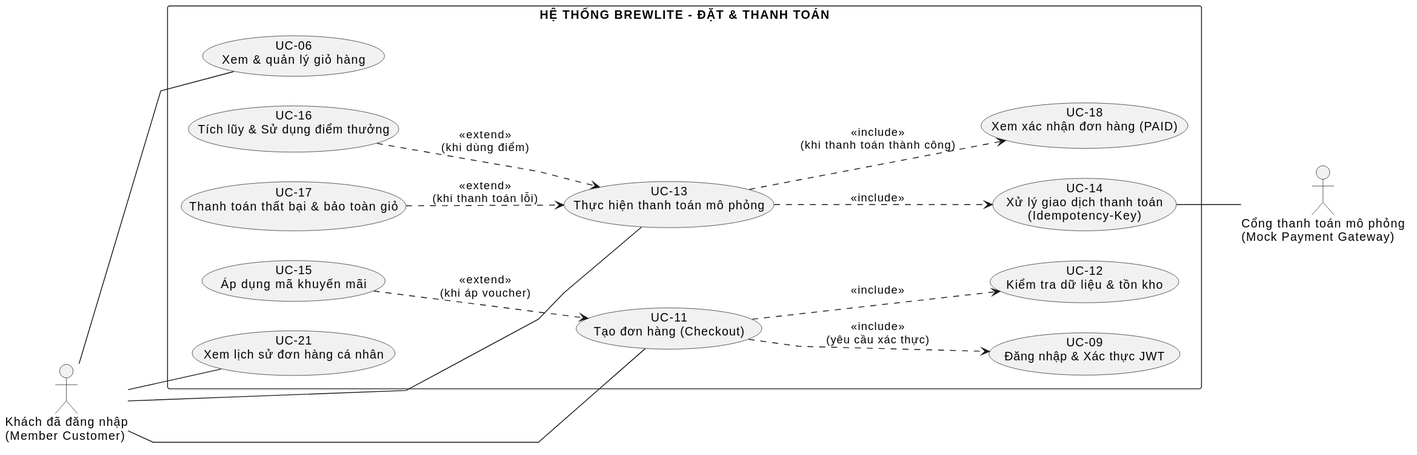
This is docs/diagrams/BrewLite_DatVaThanhToan.svg from VKhair/brewlite, a PlantUML export, as it was before one commit. The source it was exported from:
```plantuml
@startuml
left to right direction
skinparam shadowing false
skinparam actorStyle stickman
skinparam packageStyle rectangle
skinparam linetype polyline
skinparam defaultFontName Arial

actor "Khách đã đăng nhập\n(Member Customer)" as Member
rectangle "HỆ THỐNG BREWLITE - ĐẶT & THANH TOÁN" {
  usecase "UC-06\nXem & quản lý giỏ hàng" as UC06
  usecase "UC-09\nĐăng nhập & Xác thực JWT" as UC09
  usecase "UC-11\nTạo đơn hàng (Checkout)" as UC11
  usecase "UC-12\nKiểm tra dữ liệu & tồn kho" as UC12
  usecase "UC-13\nThực hiện thanh toán mô phỏng" as UC13
  usecase "UC-14\nXử lý giao dịch thanh toán\n(Idempotency-Key)" as UC14
  usecase "UC-15\nÁp dụng mã khuyến mãi" as UC15
  usecase "UC-16\nTích lũy & Sử dụng điểm thưởng" as UC16
  usecase "UC-17\nThanh toán thất bại & bảo toàn giỏ" as UC17
  usecase "UC-18\nXem xác nhận đơn hàng (PAID)" as UC18
  usecase "UC-21\nXem lịch sử đơn hàng cá nhân" as UC21

  UC11 ..> UC09 : <<include>>\n(yêu cầu xác thực)
  UC11 ..> UC12 : <<include>>
  UC13 ..> UC14 : <<include>>
  UC13 ..> UC18 : <<include>>\n(khi thanh toán thành công)
  UC15 ..> UC11 : <<extend>>\n(khi áp voucher)
  UC16 ..> UC13 : <<extend>>\n(khi dùng điểm)
  UC17 ..> UC13 : <<extend>>\n(khi thanh toán lỗi)
}
actor "Cổng thanh toán mô phỏng\n(Mock Payment Gateway)" as Gateway
Member -- UC06
Member -- UC11
Member -- UC13
Member -- UC21
UC14 -- Gateway
@enduml
```
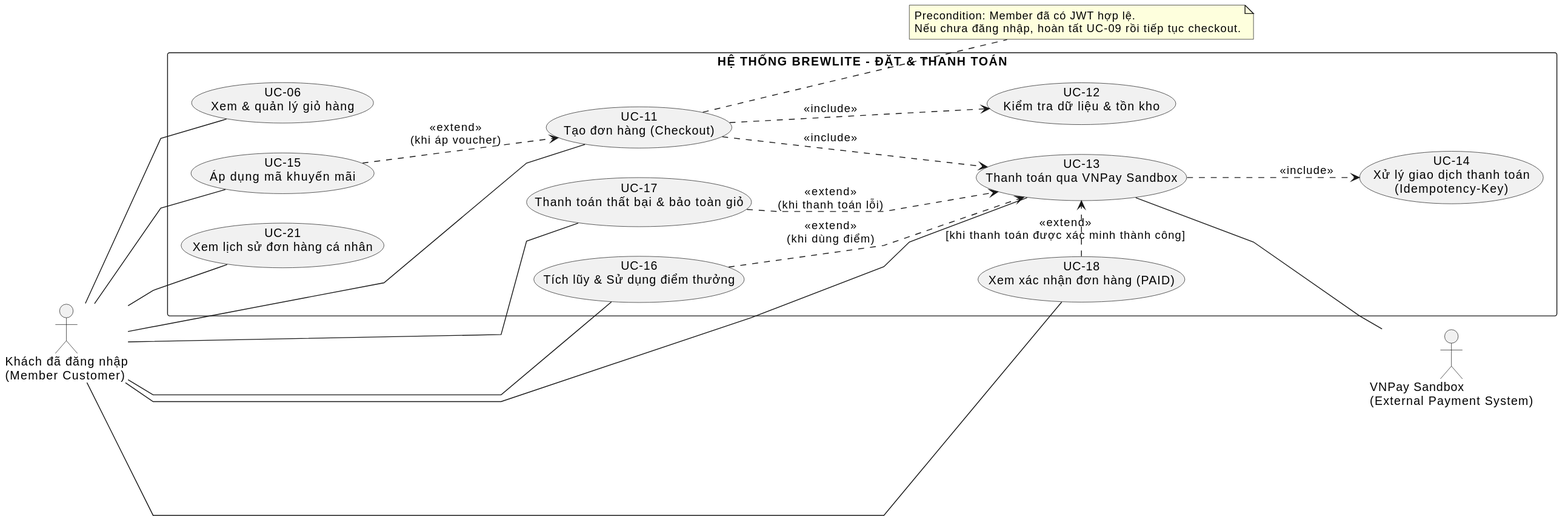
Above is the later version.

Change to the diagram source:
```diff
@@ -9,10 +9,9 @@
 actor "Khách đã đăng nhập\n(Member Customer)" as Member
 rectangle "HỆ THỐNG BREWLITE - ĐẶT & THANH TOÁN" {
   usecase "UC-06\nXem & quản lý giỏ hàng" as UC06
-  usecase "UC-09\nĐăng nhập & Xác thực JWT" as UC09
   usecase "UC-11\nTạo đơn hàng (Checkout)" as UC11
   usecase "UC-12\nKiểm tra dữ liệu & tồn kho" as UC12
-  usecase "UC-13\nThực hiện thanh toán mô phỏng" as UC13
+  usecase "UC-13\nThanh toán qua VNPay Sandbox" as UC13
   usecase "UC-14\nXử lý giao dịch thanh toán\n(Idempotency-Key)" as UC14
   usecase "UC-15\nÁp dụng mã khuyến mãi" as UC15
   usecase "UC-16\nTích lũy & Sử dụng điểm thưởng" as UC16
@@ -20,18 +19,26 @@
   usecase "UC-18\nXem xác nhận đơn hàng (PAID)" as UC18
   usecase "UC-21\nXem lịch sử đơn hàng cá nhân" as UC21
 
-  UC11 ..> UC09 : <<include>>\n(yêu cầu xác thực)
   UC11 ..> UC12 : <<include>>
+  UC11 ..> UC13 : <<include>>
   UC13 ..> UC14 : <<include>>
-  UC13 ..> UC18 : <<include>>\n(khi thanh toán thành công)
+  UC18 .> UC13 : <<extend>>\n[khi thanh toán được xác minh thành công]
   UC15 ..> UC11 : <<extend>>\n(khi áp voucher)
   UC16 ..> UC13 : <<extend>>\n(khi dùng điểm)
   UC17 ..> UC13 : <<extend>>\n(khi thanh toán lỗi)
 }
-actor "Cổng thanh toán mô phỏng\n(Mock Payment Gateway)" as Gateway
+actor "VNPay Sandbox\n(External Payment System)" as Gateway
+note right of UC11
+  Precondition: Member đã có JWT hợp lệ.
+  Nếu chưa đăng nhập, hoàn tất UC-09 rồi tiếp tục checkout.
+end note
 Member -- UC06
 Member -- UC11
 Member -- UC13
+Member -- UC15
+Member -- UC16
+Member -- UC17
+Member -- UC18
 Member -- UC21
-UC14 -- Gateway
+UC13 -- Gateway
 @enduml
```
